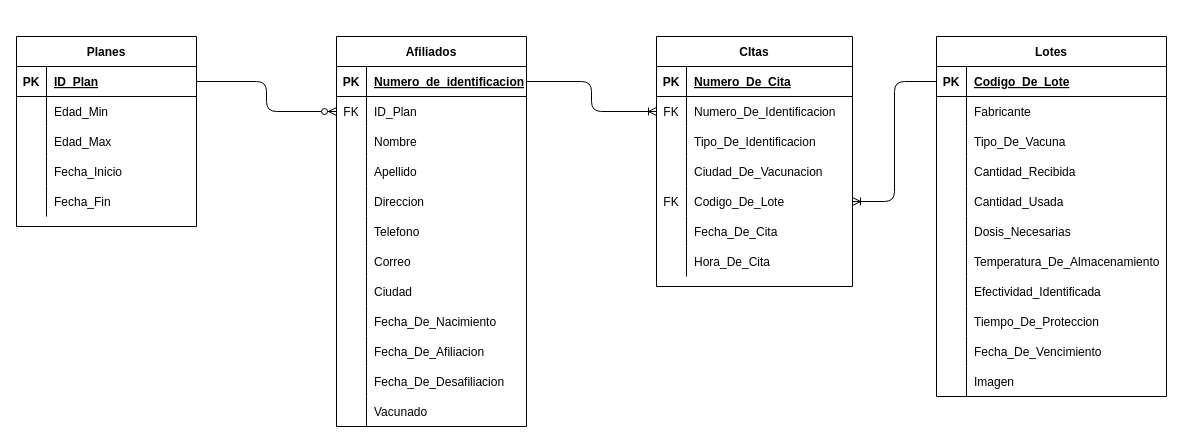
This is SISTEMA DE GESTIÓN DE VACUNACION .drawio from DavHRod/Proyecto-Final-POO-2021-1, a draw.io file, before an edit. Source tidied: cells renumbered, new cells numbered last; positions are measured from the earlier drawing's top-left corner, leaving out a move shared by most shapes. Both pictures are drawn from the tidied source at 100%, with x=0, y=0 at pixel (16, 36).
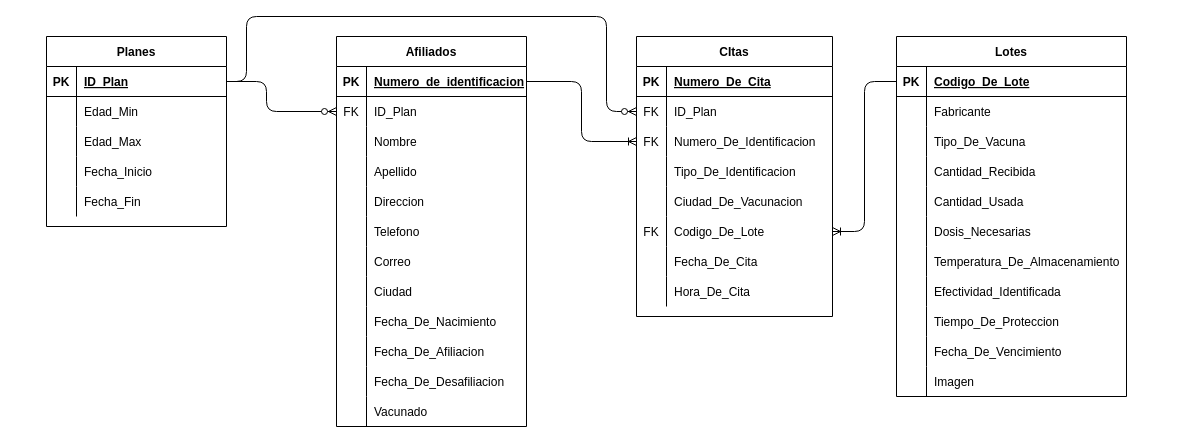
The same page after the edit.

Unchanged cells that the change refers to:
```xml
<mxCell id="3" style="shape=partialRectangle;fillColor=none;top=0;left=0;bottom=1;right=0;points=[[0,0.5],[1,0.5]];portConstraint=eastwest;" parent="2" vertex="1">
  <mxGeometry y="30" width="190" height="30" as="geometry" />
</mxCell>
<mxCell id="6" style="shape=partialRectangle;fillColor=none;top=0;left=0;bottom=0;right=0;points=[[0,0.5],[1,0.5]];portConstraint=eastwest;" parent="2" vertex="1">
  <mxGeometry y="60" width="190" height="30" as="geometry" />
</mxCell>
<mxCell id="74" style="shape=partialRectangle;fillColor=none;top=0;left=0;bottom=1;right=0;points=[[0,0.5],[1,0.5]];portConstraint=eastwest;" parent="73" vertex="1">
  <mxGeometry y="30" width="180" height="30" as="geometry" />
</mxCell>
<mxCell id="93" style="shape=partialRectangle;fillColor=none;top=0;left=0;bottom=0;right=0;points=[[0,0.5],[1,0.5]];portConstraint=eastwest;" parent="89" vertex="1">
  <mxGeometry y="60" width="196" height="30" as="geometry" />
</mxCell>
```

Change to the diagram source:
```diff
@@
     <mxCell id="39" value="Lotes" style="shape=table;startSize=30;childLayout=tableLayout;rowLines=0;fontStyle=1;align=center;" parent="1" vertex="1">
-      <mxGeometry x="920" width="230" height="360" as="geometry" />
+      <mxGeometry x="880" width="230" height="360" as="geometry" />
     </mxCell>
@@
     <mxCell id="73" value="Planes" style="shape=table;startSize=30;childLayout=tableLayout;rowLines=0;fontStyle=1;align=center;" parent="1" vertex="1">
-      <mxGeometry width="180" height="190" as="geometry" />
+      <mxGeometry x="30" width="180" height="190" as="geometry" />
     </mxCell>
@@
     <mxCell id="89" value="CItas" style="shape=table;startSize=30;childLayout=tableLayout;rowLines=0;fontStyle=1;align=center;" parent="1" vertex="1">
-      <mxGeometry x="640" width="196" height="250" as="geometry" />
+      <mxGeometry x="620" width="196" height="280" as="geometry" />
     </mxCell>
@@
-    <mxCell id="95" value="Numero_De_Identificacion" style="shape=partialRectangle;fillColor=none;top=0;left=0;bottom=0;right=0;align=left;spacingLeft=6;overflow=hidden;" parent="93" vertex="1">
+    <mxCell id="95" value="ID_Plan" style="shape=partialRectangle;fillColor=none;top=0;left=0;bottom=0;right=0;align=left;spacingLeft=6;overflow=hidden;" parent="93" vertex="1">
       <mxGeometry x="30" width="166" height="30" as="geometry" />
     </mxCell>
+    <mxCell id="114" style="shape=partialRectangle;fillColor=none;top=0;left=0;bottom=0;right=0;points=[[0,0.5],[1,0.5]];portConstraint=eastwest;" parent="89" vertex="1">
+      <mxGeometry y="90" width="196" height="30" as="geometry" />
+    </mxCell>
+    <mxCell id="115" value="FK" style="shape=partialRectangle;fillColor=none;top=0;left=0;bottom=0;right=0;overflow=hidden;" parent="114" vertex="1">
+      <mxGeometry width="30" height="30" as="geometry" />
+    </mxCell>
+    <mxCell id="116" value="Numero_De_Identificacion" style="shape=partialRectangle;fillColor=none;top=0;left=0;bottom=0;right=0;align=left;spacingLeft=6;overflow=hidden;" parent="114" vertex="1">
+      <mxGeometry x="30" width="166" height="30" as="geometry" />
+    </mxCell>
     <mxCell id="96" style="shape=partialRectangle;fillColor=none;top=0;left=0;bottom=0;right=0;" parent="89" vertex="1">
-      <mxGeometry y="90" width="196" height="30" as="geometry" />
+      <mxGeometry y="120" width="196" height="30" as="geometry" />
     </mxCell>
@@
     <mxCell id="99" style="shape=partialRectangle;fillColor=none;top=0;left=0;bottom=0;right=0;" parent="89" vertex="1">
-      <mxGeometry y="120" width="196" height="30" as="geometry" />
+      <mxGeometry y="150" width="196" height="30" as="geometry" />
     </mxCell>
@@
     <mxCell id="102" style="shape=partialRectangle;fillColor=none;top=0;left=0;bottom=0;right=0;points=[[0,0.5],[1,0.5]];portConstraint=eastwest;" parent="89" vertex="1">
-      <mxGeometry y="150" width="196" height="30" as="geometry" />
+      <mxGeometry y="180" width="196" height="30" as="geometry" />
     </mxCell>
@@
     <mxCell id="105" style="shape=partialRectangle;fillColor=none;top=0;left=0;bottom=0;right=0;" parent="89" vertex="1">
-      <mxGeometry y="180" width="196" height="30" as="geometry" />
+      <mxGeometry y="210" width="196" height="30" as="geometry" />
     </mxCell>
@@
     <mxCell id="108" style="shape=partialRectangle;fillColor=none;top=0;left=0;bottom=0;right=0;" parent="89" vertex="1">
-      <mxGeometry y="210" width="196" height="30" as="geometry" />
+      <mxGeometry y="240" width="196" height="30" as="geometry" />
     </mxCell>
@@
-    <mxCell id="111" style="edgeStyle=orthogonalEdgeStyle;fontSize=12;html=1;endArrow=ERoneToMany;fontColor=#000000;exitX=1;exitY=0.5;exitDx=0;exitDy=0;entryX=0;entryY=0.5;entryDx=0;entryDy=0;" parent="1" edge="1" source="3" target="93">
+    <mxCell id="111" style="edgeStyle=orthogonalEdgeStyle;fontSize=12;html=1;endArrow=ERoneToMany;fontColor=#000000;exitX=1;exitY=0.5;exitDx=0;exitDy=0;entryX=0;entryY=0.5;entryDx=0;entryDy=0;" parent="1" edge="1" source="3" target="114">
       <mxGeometry relative="1" as="geometry" />
     </mxCell>
@@
     <mxCell id="113" style="edgeStyle=orthogonalEdgeStyle;fontSize=12;html=1;endArrow=ERzeroToMany;endFill=1;fontColor=#000000;entryX=0;entryY=0.5;entryDx=0;entryDy=0;" parent="1" edge="1" source="74" target="6">
-      <mxGeometry relative="1" as="geometry" />
+      <mxGeometry relative="1" as="geometry">
+        <Array as="points">
+          <mxPoint x="250" y="45" />
+          <mxPoint x="250" y="75" />
+        </Array>
+      </mxGeometry>
     </mxCell>
+    <mxCell id="117" style="edgeStyle=orthogonalEdgeStyle;fontSize=12;html=1;endArrow=ERzeroToMany;endFill=1;exitX=1;exitY=0.5;exitDx=0;exitDy=0;" parent="1" edge="1" source="74" target="93">
+      <mxGeometry relative="1" as="geometry">
+        <Array as="points">
+          <mxPoint x="230" y="45" />
+          <mxPoint x="230" y="-20" />
+          <mxPoint x="590" y="-20" />
+          <mxPoint x="590" y="75" />
+        </Array>
+      </mxGeometry>
+    </mxCell>
```
